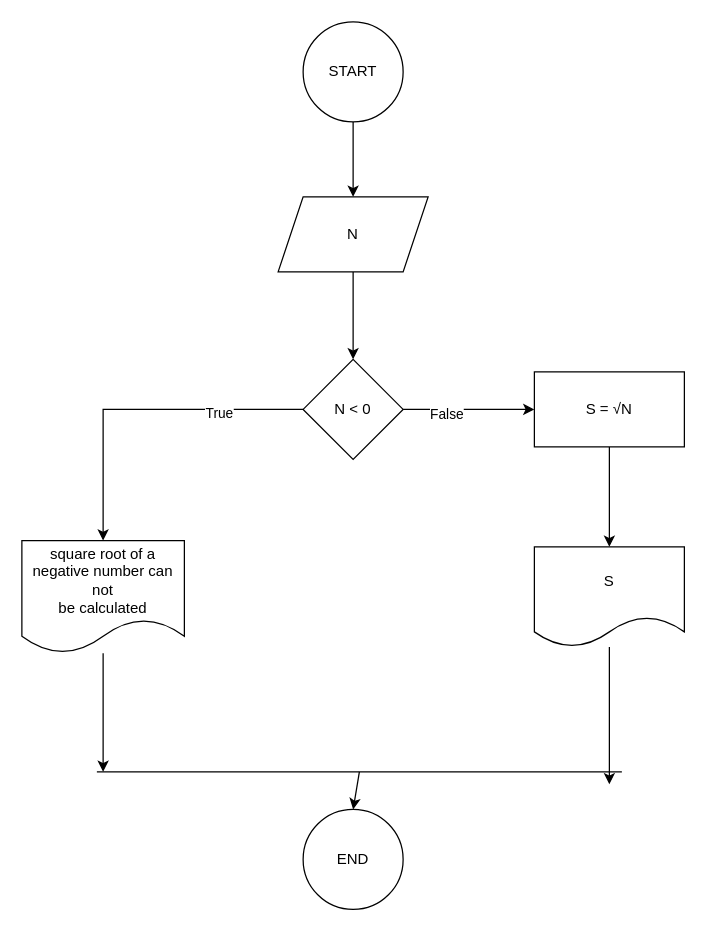
The draw.io diagram square.drawio in uthmanigbin/university-work, before the edit. Source tidied: cells renumbered, new cells numbered last; positions are measured from the earlier drawing's top-left corner, leaving out a move shared by most shapes. Both pictures are drawn from the tidied source at 125%, with x=0, y=0 at pixel (21, 21).
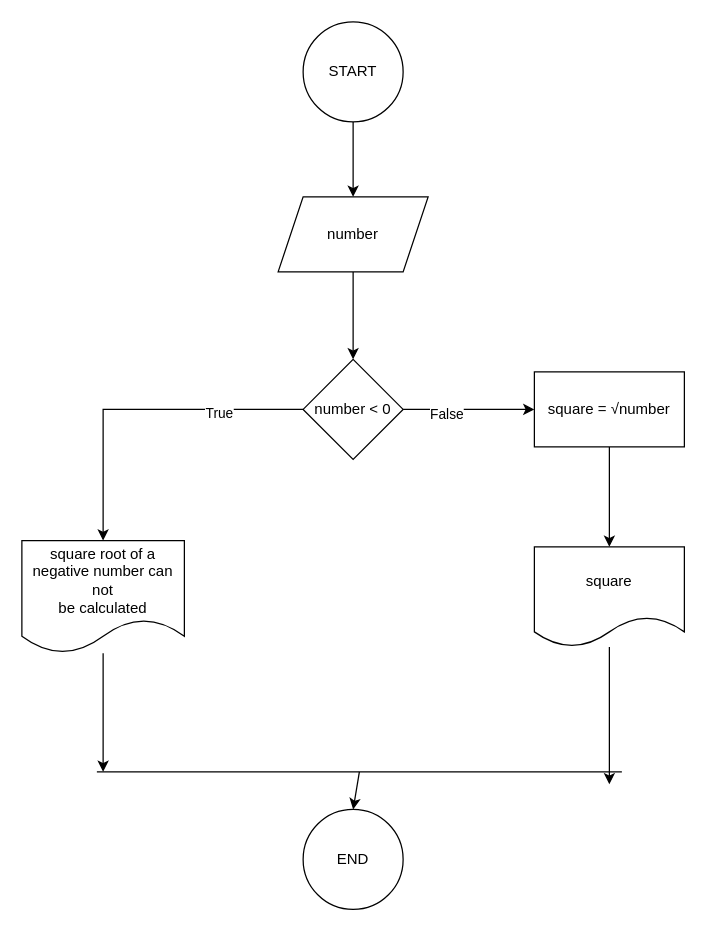
The same diagram, later.

Diff of the diagram source:
```diff
@@
-    <mxCell id="5" value="N" style="shape=parallelogram;perimeter=parallelogramPerimeter;whiteSpace=wrap;html=1;fixedSize=1;" parent="1" vertex="1">
+    <mxCell id="5" value="number" style="shape=parallelogram;perimeter=parallelogramPerimeter;whiteSpace=wrap;html=1;fixedSize=1;" parent="1" vertex="1">
       <mxGeometry x="205" y="140" width="120" height="60" as="geometry" />
     </mxCell>
@@
-    <mxCell id="10" value="N &amp;lt; 0" style="rhombus;whiteSpace=wrap;html=1;" parent="1" vertex="1">
+    <mxCell id="10" value="number &amp;lt; 0" style="rhombus;whiteSpace=wrap;html=1;" parent="1" vertex="1">
       <mxGeometry x="225" y="270" width="80" height="80" as="geometry" />
     </mxCell>
@@
-    <mxCell id="14" value="S = √N" style="whiteSpace=wrap;html=1;" parent="1" vertex="1">
+    <mxCell id="14" value="square = √number" style="whiteSpace=wrap;html=1;" parent="1" vertex="1">
       <mxGeometry x="410" y="280" width="120" height="60" as="geometry" />
     </mxCell>
@@
-    <mxCell id="16" value="S" style="shape=document;whiteSpace=wrap;html=1;boundedLbl=1;" parent="1" vertex="1">
+    <mxCell id="16" value="square" style="shape=document;whiteSpace=wrap;html=1;boundedLbl=1;" parent="1" vertex="1">
       <mxGeometry x="410" y="420" width="120" height="80" as="geometry" />
     </mxCell>
```
